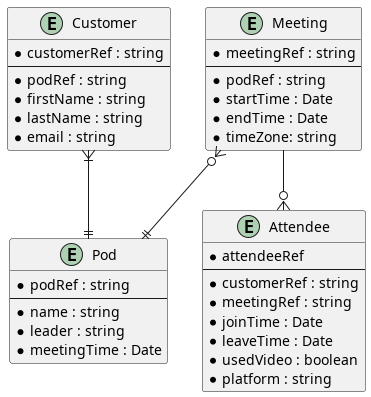
Team-Kaizen-Senior-Project/better-life-meet keeps this PlantUML diagram as images/ERD.png. Above is the earlier version. Its diagram source:
```plantuml
@startuml ERD

entity Pod {
    * podRef : string
    --
    * name : string
    * leader : string
    * meetingTime : Date
}

entity Customer {
    * customerRef : string
    --
    * podRef : string
    * firstName : string
    * lastName : string
    * email : string
}

entity Meeting {
    * meetingRef : string
    --
    * podRef : string
    * startTime : Date
    * endTime : Date
    * timeZone: string
}

entity Attendee {
    * attendeeRef
    --
    * customerRef : string
    * meetingRef : string
    * joinTime : Date
    * leaveTime : Date
    * usedVideo : boolean
    * platform : string
}

Customer }|--|| Pod
Meeting }o--|| Pod
Meeting --o{ Attendee

@enduml
```
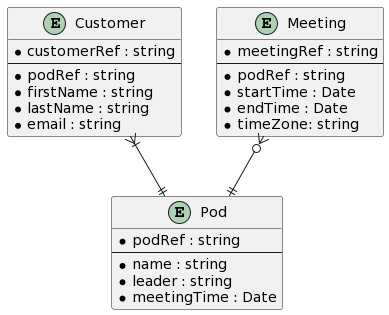
The same file after the commit.

What changed in the source:
```diff
@@ -1,5 +1,4 @@
-@startuml ERD
-
+@startuml
 entity Pod {
     * podRef : string
     --
@@ -26,19 +25,6 @@
     * timeZone: string
 }
 
-entity Attendee {
-    * attendeeRef
-    --
-    * customerRef : string
-    * meetingRef : string
-    * joinTime : Date
-    * leaveTime : Date
-    * usedVideo : boolean
-    * platform : string
-}
-
 Customer }|--|| Pod
 Meeting }o--|| Pod
-Meeting --o{ Attendee
-
 @enduml
```
